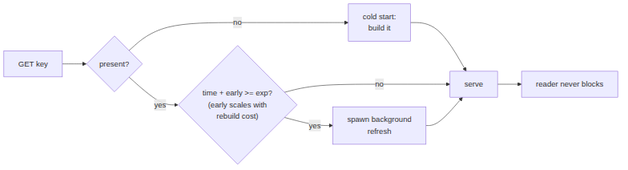
The Mermaid diagram markdown/system-design-interview/assets/002/03-refresh.png in haraGADygyl/medium-python-articles, before a commit. Its source is kept beside it as markdown/system-design-interview/assets/002/03-refresh.mmd.
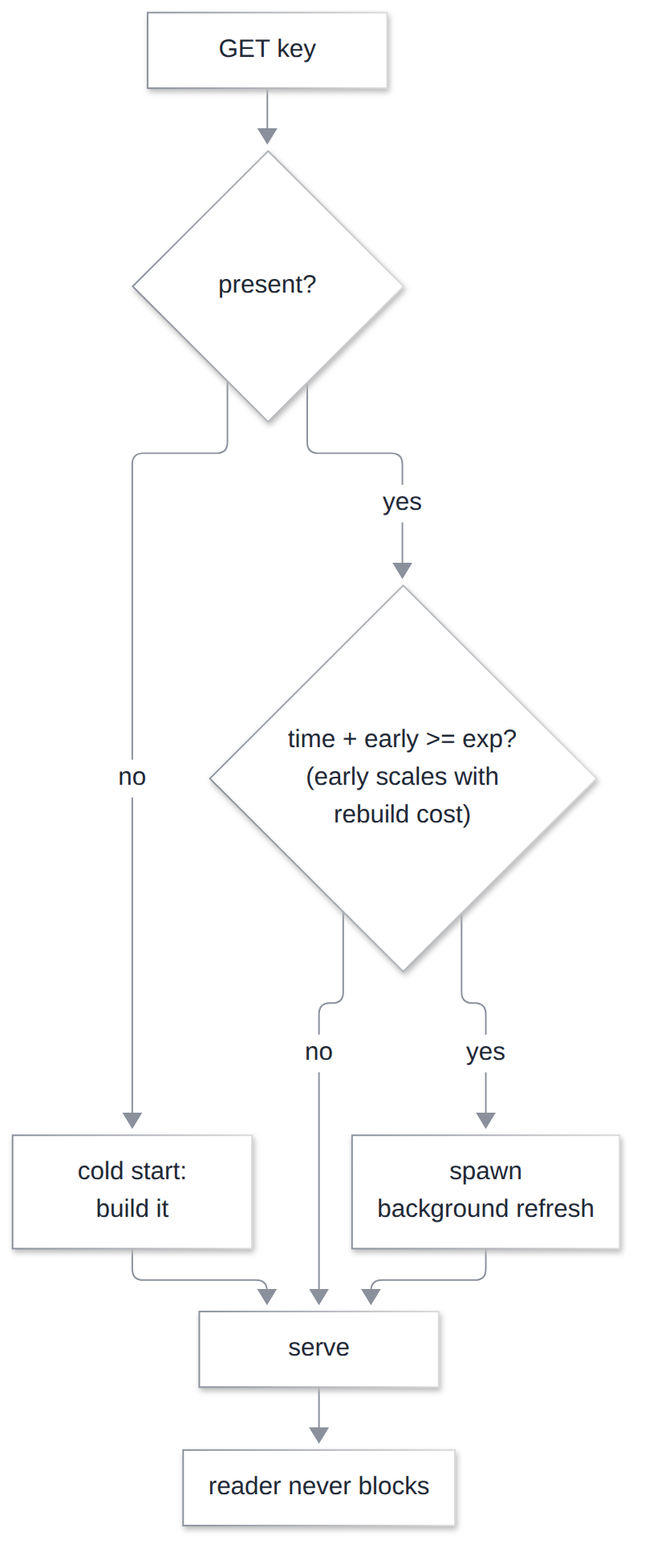
After the change.

Diff of the diagram source:
```diff
@@ -1,7 +1,7 @@
-flowchart LR
+flowchart TB
     A["GET key"] --> B{"present?"}
     B -->|no| C["cold start:<br/>build it"] --> S["serve"]
     B -->|yes| D{"time + early >= exp?<br/>(early scales with<br/>rebuild cost)"}
     D -->|no| S
-    D -->|yes| E["spawn background<br/>refresh"] --> S
+    D -->|yes| E["spawn<br/>background refresh"] --> S
     S --> F["reader never blocks"]
```
